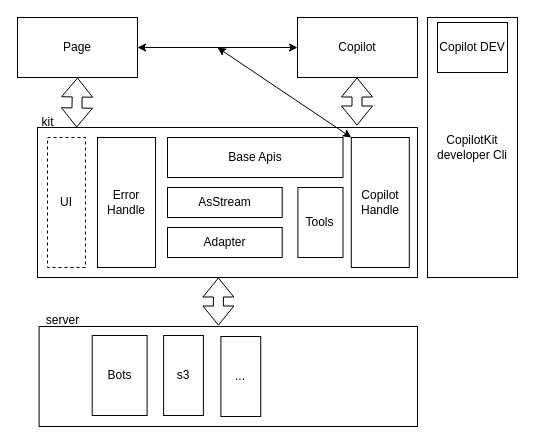
Before: file/xmingSDK2.drawio in LLwill/drow.io, a draw.io diagram. Source tidied: cells renumbered, new cells numbered last; positions are measured from the earlier drawing's top-left corner, leaving out a move shared by most shapes. Both pictures are drawn from the tidied source at 100%, with x=0, y=0 at pixel (17, 17).
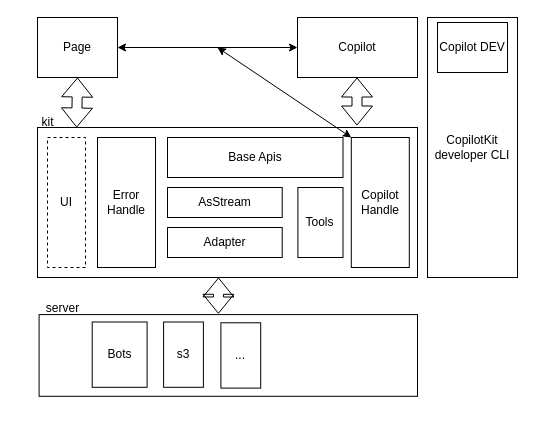
Above is the later version.

The edit, as a diff of the source:
```diff
@@
     <mxCell id="2" value="Page" style="rounded=0;whiteSpace=wrap;html=1;" parent="1" vertex="1">
-      <mxGeometry width="120" height="60" as="geometry" />
+      <mxGeometry x="20" width="80" height="60" as="geometry" />
     </mxCell>
@@
-    <mxCell id="5" value="CopilotKit developer Cli" style="rounded=0;whiteSpace=wrap;html=1;" parent="1" vertex="1">
+    <mxCell id="5" value="CopilotKit developer CLI" style="rounded=0;whiteSpace=wrap;html=1;" parent="1" vertex="1">
       <mxGeometry x="410" width="90" height="260" as="geometry" />
     </mxCell>
@@
     <mxCell id="7" style="group;" parent="1" vertex="1">
-      <mxGeometry x="15" y="288" width="385" height="120" as="geometry" />
+      <mxGeometry x="15" y="280" width="385" height="98" as="geometry" />
     </mxCell>
     <mxCell id="8" style="rounded=0;whiteSpace=wrap;html=1;" parent="7" vertex="1">
-      <mxGeometry x="6.6" y="21" width="378.4" height="100" as="geometry" />
+      <mxGeometry x="6.6" y="17.1" width="378.4" height="81.7" as="geometry" />
     </mxCell>
     <mxCell id="9" value="Bots" style="rounded=0;whiteSpace=wrap;html=1;" parent="7" vertex="1">
-      <mxGeometry x="59.7" y="30" width="54.9" height="80" as="geometry" />
+      <mxGeometry x="59.7" y="24.5" width="54.9" height="65.3" as="geometry" />
     </mxCell>
     <mxCell id="10" value="s3" style="rounded=0;whiteSpace=wrap;html=1;" parent="7" vertex="1">
-      <mxGeometry x="131.1" y="30" width="39.8" height="80" as="geometry" />
+      <mxGeometry x="131.1" y="24.5" width="39.8" height="65.3" as="geometry" />
     </mxCell>
     <mxCell id="11" value="..." style="rounded=0;whiteSpace=wrap;html=1;" parent="7" vertex="1">
-      <mxGeometry x="188.4" y="31" width="39.8" height="80" as="geometry" />
+      <mxGeometry x="188.4" y="25.3" width="39.8" height="65.3" as="geometry" />
     </mxCell>
     <mxCell id="12" value="server" style="text;html=1;align=center;verticalAlign=middle;strokeColor=none;fillColor=none;" parent="7" vertex="1">
-      <mxGeometry width="60" height="30" as="geometry" />
+      <mxGeometry y="-4" width="60" height="30" as="geometry" />
     </mxCell>
-    <mxCell id="13" style="shape=flexArrow;endArrow=classic;startArrow=classic;html=1;rounded=0;entryX=0.5;entryY=1;entryDx=0;entryDy=0;" parent="7" edge="1">
+    <mxCell id="13" style="shape=flexArrow;endArrow=classic;startArrow=classic;html=1;rounded=0;" parent="7" edge="1">
       <mxGeometry relative="1" as="geometry">
-        <mxPoint x="185.9" y="20" as="sourcePoint" />
-        <mxPoint x="185.9" y="-28" as="targetPoint" />
+        <mxPoint x="185.9" y="16.3" as="sourcePoint" />
+        <mxPoint x="186" y="-20" as="targetPoint" />
       </mxGeometry>
     </mxCell>
```
